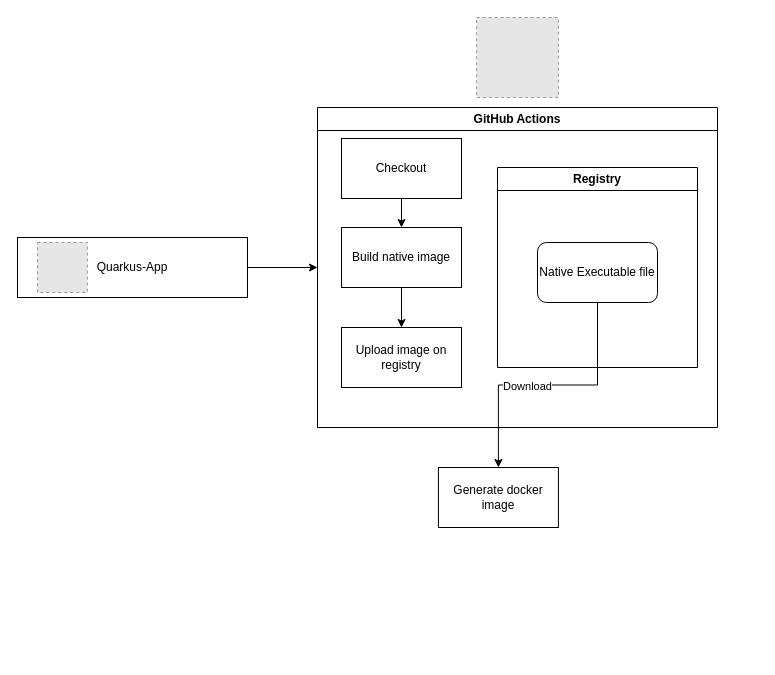
Before: page "Native image generation" (3 of 3) of Docs/Architecture_practical_part.drawio in bevilacqua1996/JUGSpringQuarkus, a draw.io diagram. Source tidied: cells renumbered, new cells numbered last; positions are measured from the earlier drawing's top-left corner, leaving out a move shared by most shapes. Both pictures are drawn from the tidied source at 100%, with x=0, y=0 at pixel (17, 17). Pictures stored in the file or linked from it are replaced by grey dashed boxes.
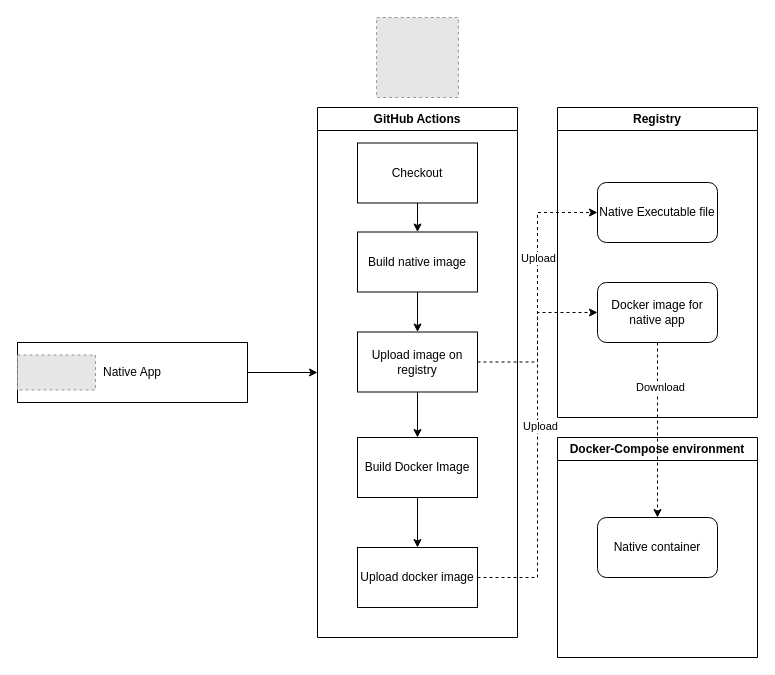
The same page after the edit.

Commit message (it also covers changes not shown here):
Adjusting github actions

Unchanged cells that the change refers to:
```xml
<mxCell id="12" value="Native Executable file" style="rounded=1;whiteSpace=wrap;html=1;" parent="11" vertex="1">
  <mxGeometry x="40" y="75" width="120" height="60" as="geometry" />
</mxCell>
```

Change to the diagram source:
```diff
@@
-    <mxCell id="3" value="Quarkus-App" style="rounded=0;whiteSpace=wrap;html=1;" parent="1" vertex="1">
-      <mxGeometry y="220" width="230" height="60" as="geometry" />
+    <mxCell id="3" value="Native App" style="rounded=0;whiteSpace=wrap;html=1;" parent="1" vertex="1">
+      <mxGeometry y="325" width="230" height="60" as="geometry" />
     </mxCell>
-    <mxCell id="4" style="fillColor=#E6E6E6;strokeColor=#999999;dashed=1;verticalLabelPosition=bottom;labelBackgroundColor=default;verticalAlign=top;" parent="1" vertex="1">
-      <mxGeometry x="20" y="225" width="49.9" height="50" as="geometry" />
-    </mxCell>
     <mxCell id="5" value="GitHub Actions" style="swimlane;whiteSpace=wrap;html=1;" parent="1" vertex="1">
-      <mxGeometry x="300" y="90" width="400" height="320" as="geometry" />
+      <mxGeometry x="300" y="90" width="200" height="530" as="geometry" />
     </mxCell>
@@
     <mxCell id="7" value="Checkout" style="rounded=0;whiteSpace=wrap;html=1;" parent="5" vertex="1">
-      <mxGeometry x="24" y="31" width="120" height="60" as="geometry" />
+      <mxGeometry x="40" y="35.5" width="120" height="60" as="geometry" />
     </mxCell>
@@
     <mxCell id="9" value="Build native image" style="rounded=0;whiteSpace=wrap;html=1;" parent="5" vertex="1">
-      <mxGeometry x="24" y="120" width="120" height="60" as="geometry" />
+      <mxGeometry x="40" y="124.5" width="120" height="60" as="geometry" />
     </mxCell>
+    <mxCell id="17" style="edgeStyle=orthogonalEdgeStyle;rounded=0;jettySize=auto;html=1;" parent="5" edge="1" source="10" target="19">
+      <mxGeometry relative="1" as="geometry" />
+    </mxCell>
     <mxCell id="10" value="Upload image on registry" style="rounded=0;whiteSpace=wrap;html=1;" parent="5" vertex="1">
-      <mxGeometry x="24" y="220" width="120" height="60" as="geometry" />
+      <mxGeometry x="40" y="224.5" width="120" height="60" as="geometry" />
     </mxCell>
+    <mxCell id="18" style="edgeStyle=orthogonalEdgeStyle;rounded=0;jettySize=auto;html=1;" parent="5" edge="1" source="19" target="20">
+      <mxGeometry relative="1" as="geometry" />
+    </mxCell>
+    <mxCell id="19" value="Build Docker Image" style="rounded=0;whiteSpace=wrap;html=1;" parent="5" vertex="1">
+      <mxGeometry x="40" y="330" width="120" height="60" as="geometry" />
+    </mxCell>
+    <mxCell id="20" value="Upload docker image" style="rounded=0;whiteSpace=wrap;html=1;" parent="5" vertex="1">
+      <mxGeometry x="40" y="440" width="120" height="60" as="geometry" />
+    </mxCell>
+    <mxCell id="13" style="fillColor=#E6E6E6;strokeColor=#999999;dashed=1;verticalLabelPosition=bottom;labelBackgroundColor=default;verticalAlign=top;" parent="1" vertex="1">
+      <mxGeometry x="359.1" width="81.8" height="80" as="geometry" />
+    </mxCell>
-    <mxCell id="11" value="Registry" style="swimlane;whiteSpace=wrap;html=1;" parent="5" vertex="1">
-      <mxGeometry x="180" y="60" width="200" height="200" as="geometry" />
+    <mxCell id="11" value="Registry" style="swimlane;whiteSpace=wrap;html=1;startSize=23;" parent="1" vertex="1">
+      <mxGeometry x="540" y="90" width="200" height="310" as="geometry" />
     </mxCell>
@@
-    <mxCell id="13" style="fillColor=#E6E6E6;strokeColor=#999999;dashed=1;verticalLabelPosition=bottom;labelBackgroundColor=default;verticalAlign=top;" parent="1" vertex="1">
-      <mxGeometry x="459.1" width="81.8" height="80" as="geometry" />
-    </mxCell>
-    <mxCell id="14" value="Generate docker image" style="rounded=0;whiteSpace=wrap;html=1;" parent="1" vertex="1">
-      <mxGeometry x="420.9" y="450" width="120" height="60" as="geometry" />
-    </mxCell>
-    <mxCell id="15" style="edgeStyle=orthogonalEdgeStyle;rounded=0;jettySize=auto;html=1;entryX=0.5;entryY=0;entryDx=0;entryDy=0;" parent="1" edge="1" source="12" target="14">
-      <mxGeometry relative="1" as="geometry" />
-    </mxCell>
+    <mxCell id="21" value="Docker image for native app" style="rounded=1;whiteSpace=wrap;html=1;" parent="11" vertex="1">
+      <mxGeometry x="40" y="175" width="120" height="60" as="geometry" />
+    </mxCell>
+    <mxCell id="22" style="edgeStyle=orthogonalEdgeStyle;rounded=0;jettySize=auto;html=1;entryX=0;entryY=0.5;entryDx=0;entryDy=0;dashed=1;" parent="1" edge="1" source="10" target="12">
+      <mxGeometry relative="1" as="geometry" />
+    </mxCell>
+    <mxCell id="23" value="Upload" style="edgeLabel;html=1;align=center;verticalAlign=middle;" parent="22" vertex="1">
+      <mxGeometry x="0.22" relative="1" as="geometry" />
+    </mxCell>
+    <mxCell id="24" style="edgeStyle=orthogonalEdgeStyle;rounded=0;jettySize=auto;html=1;entryX=0;entryY=0.5;entryDx=0;entryDy=0;dashed=1;" parent="1" edge="1" source="20" target="21">
+      <mxGeometry relative="1" as="geometry" />
+    </mxCell>
+    <mxCell id="25" value="Upload" style="edgeLabel;html=1;align=center;verticalAlign=middle;" parent="24" vertex="1">
+      <mxGeometry x="0.1" y="-2" relative="1" as="geometry" />
+    </mxCell>
+    <mxCell id="26" style="fillColor=#E6E6E6;strokeColor=#999999;dashed=1;verticalLabelPosition=bottom;labelBackgroundColor=default;verticalAlign=top;" parent="1" vertex="1">
+      <mxGeometry y="337.5" width="78" height="35" as="geometry" />
+    </mxCell>
+    <mxCell id="27" value="Docker-Compose environment" style="swimlane;whiteSpace=wrap;html=1;" parent="1" vertex="1">
+      <mxGeometry x="540" y="420" width="200" height="220" as="geometry" />
+    </mxCell>
+    <mxCell id="28" value="Native container" style="rounded=1;whiteSpace=wrap;html=1;" parent="27" vertex="1">
+      <mxGeometry x="40" y="80" width="120" height="60" as="geometry" />
+    </mxCell>
+    <mxCell id="29" style="edgeStyle=orthogonalEdgeStyle;rounded=0;jettySize=auto;html=1;entryX=0.5;entryY=0;entryDx=0;entryDy=0;dashed=1;" parent="1" edge="1" source="21" target="28">
+      <mxGeometry relative="1" as="geometry" />
+    </mxCell>
-    <mxCell id="16" value="Download" style="edgeLabel;html=1;align=center;verticalAlign=middle;" parent="15" vertex="1">
-      <mxGeometry x="0.16" y="1" relative="1" as="geometry" />
+    <mxCell id="16" value="Download" style="edgeLabel;html=1;align=center;verticalAlign=middle;" parent="29" vertex="1">
+      <mxGeometry x="-0.5" y="2" relative="1" as="geometry" />
     </mxCell>
```
